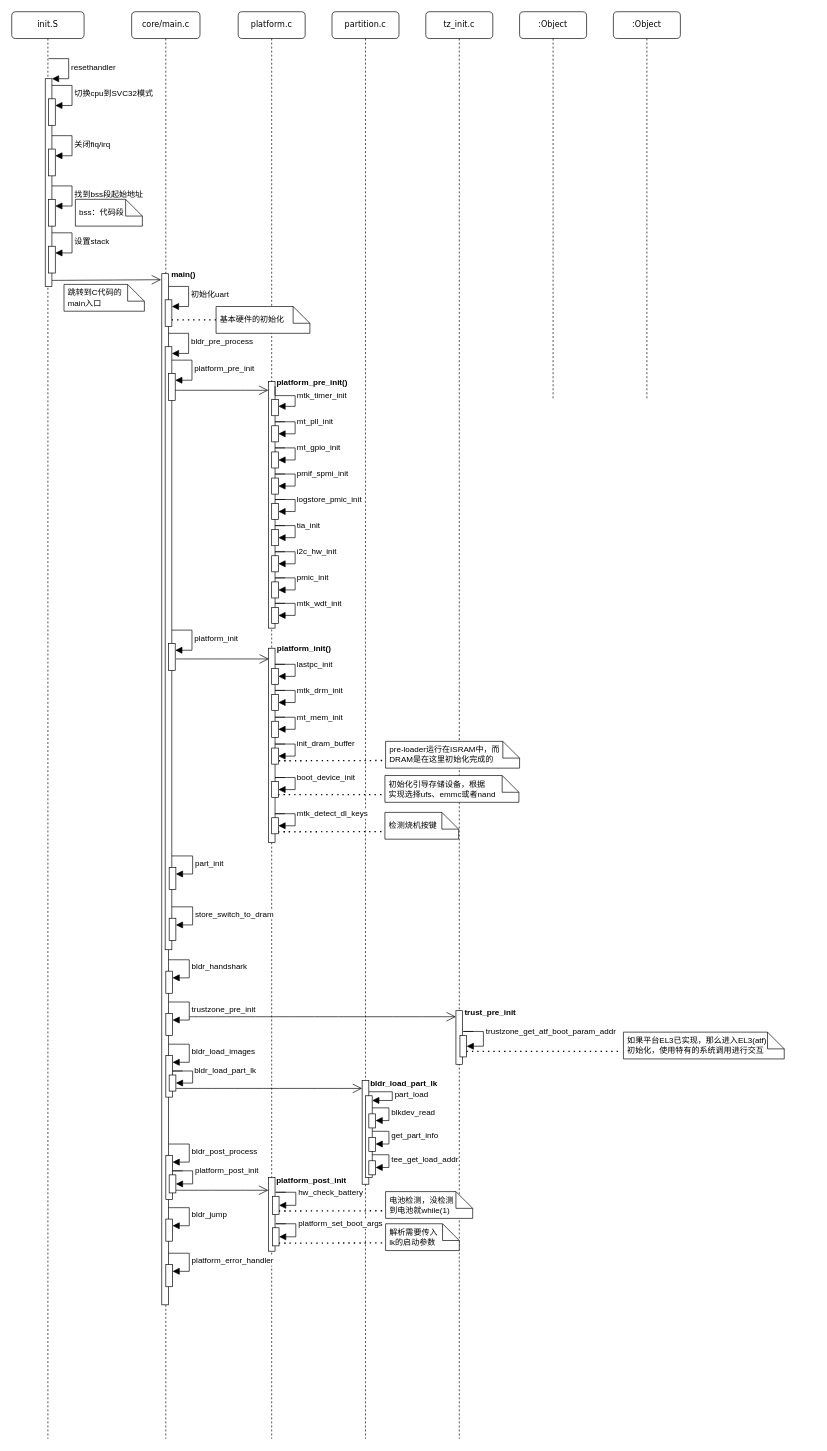
This is f2fs写流程.drawio from lz111676/Drawing-Bed, a draw.io file, before an edit. Source tidied: cells renumbered, new cells numbered last; positions are measured from the earlier drawing's top-left corner, leaving out a move shared by most shapes. Both pictures are drawn from the tidied source at 67%, with x=0, y=0 at pixel (11, 11).
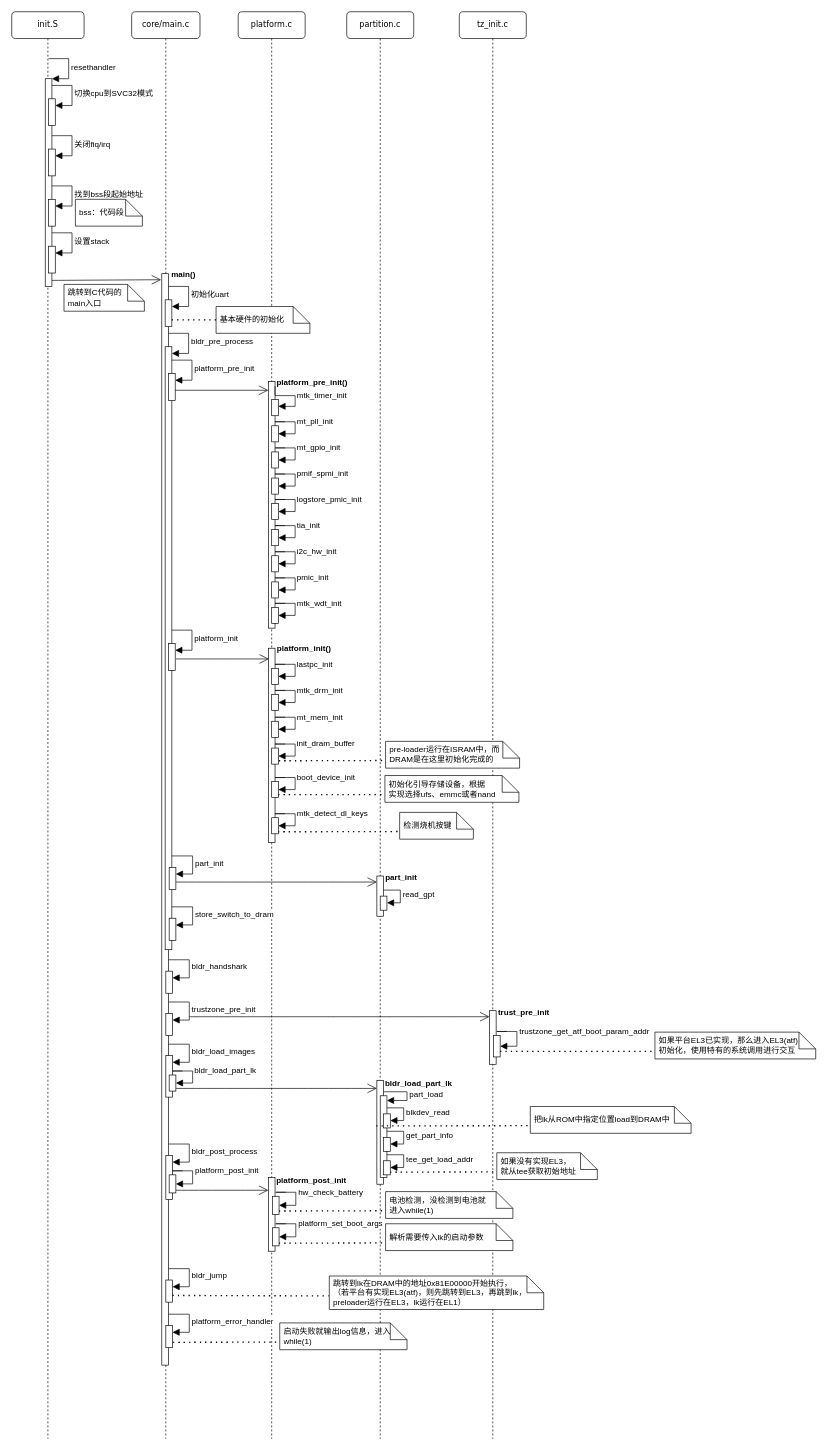
The same page after the edit.

Commit message (it also covers changes not shown here):
更新f2fs写流程.drawio

Unchanged cells that the change refers to:
```xml
<mxCell id="2" value="core/main.c" style="shape=umlLifeline;perimeter=lifelinePerimeter;whiteSpace=wrap;html=1;rounded=1;shadow=0;comic=0;labelBackgroundColor=none;strokeWidth=1;fontFamily=Verdana;fontSize=12;align=center;" parent="1" vertex="1">
  <mxGeometry x="179" width="102" height="2130" as="geometry" />
</mxCell>
<mxCell id="24" style="html=1;points=[[0,0,0,0,5],[0,1,0,0,-5],[1,0,0,0,5],[1,1,0,0,-5]];perimeter=orthogonalPerimeter;outlineConnect=0;targetShapes=umlLifeline;portConstraint=eastwest;newEdgeStyle={&quot;curved&quot;:0,&quot;rounded&quot;:0};" parent="23" vertex="1">
  <mxGeometry x="45" y="1595" width="10" height="155" as="geometry" />
</mxCell>
```

Change to the diagram source:
```diff
@@
     <mxCell id="3" style="html=1;perimeter=orthogonalPerimeter;rounded=0;shadow=0;comic=0;labelBackgroundColor=none;strokeWidth=1;fontFamily=Verdana;fontSize=12;align=center;" parent="2" vertex="1">
-      <mxGeometry x="45" y="391" width="10" height="1539" as="geometry" />
+      <mxGeometry x="45" y="391" width="10" height="1629" as="geometry" />
     </mxCell>
@@
+    <mxCell id="134" style="endArrow=open;endFill=1;endSize=12;html=1;rounded=0;fontSize=12;curved=1;" parent="2" edge="1" target="135">
+      <mxGeometry relative="1" as="geometry">
+        <mxPoint x="66" y="1299" as="sourcePoint" />
+      </mxGeometry>
+    </mxCell>
@@
     <mxCell id="23" value="partition.c" style="shape=umlLifeline;perimeter=lifelinePerimeter;whiteSpace=wrap;html=1;rounded=1;shadow=0;comic=0;labelBackgroundColor=none;strokeWidth=1;fontFamily=Verdana;fontSize=12;align=center;" parent="1" vertex="1">
-      <mxGeometry x="478" width="100" height="2130" as="geometry" />
+      <mxGeometry x="500" width="100" height="2130" as="geometry" />
     </mxCell>
@@
+    <mxCell id="135" style="html=1;points=[[0,0,0,0,5],[0,1,0,0,-5],[1,0,0,0,5],[1,1,0,0,-5]];perimeter=orthogonalPerimeter;outlineConnect=0;targetShapes=umlLifeline;portConstraint=eastwest;newEdgeStyle={&quot;curved&quot;:0,&quot;rounded&quot;:0};" parent="23" vertex="1">
+      <mxGeometry x="45" y="1290" width="10" height="60" as="geometry" />
+    </mxCell>
     <mxCell id="25" value="tz_init.c" style="shape=umlLifeline;perimeter=lifelinePerimeter;whiteSpace=wrap;html=1;rounded=1;shadow=0;comic=0;labelBackgroundColor=none;strokeWidth=1;fontFamily=Verdana;fontSize=12;align=center;" parent="1" vertex="1">
-      <mxGeometry x="618" width="100" height="2130" as="geometry" />
+      <mxGeometry x="668" width="100" height="2130" as="geometry" />
     </mxCell>
@@
-    <mxCell id="27" value=":Object" style="shape=umlLifeline;perimeter=lifelinePerimeter;whiteSpace=wrap;html=1;rounded=1;shadow=0;comic=0;labelBackgroundColor=none;strokeWidth=1;fontFamily=Verdana;fontSize=12;align=center;" parent="1" vertex="1">
-      <mxGeometry x="758" width="100" height="580" as="geometry" />
-    </mxCell>
-    <mxCell id="28" value=":Object" style="shape=umlLifeline;perimeter=lifelinePerimeter;whiteSpace=wrap;html=1;rounded=1;shadow=0;comic=0;labelBackgroundColor=none;strokeWidth=1;fontFamily=Verdana;fontSize=12;align=center;" parent="1" vertex="1">
-      <mxGeometry x="898" width="100" height="580" as="geometry" />
-    </mxCell>
@@
     <mxCell id="86" style="shape=note2;size=25;html=1;" parent="1" vertex="1">
-      <mxGeometry x="557" y="1195" width="110" height="40" as="geometry" />
+      <mxGeometry x="579" y="1195" width="110" height="40" as="geometry" />
     </mxCell>
@@
     <mxCell id="100" style="html=1;points=[[0,0,0,0,5],[0,1,0,0,-5],[1,0,0,0,5],[1,1,0,0,-5]];perimeter=orthogonalPerimeter;outlineConnect=0;targetShapes=umlLifeline;portConstraint=eastwest;newEdgeStyle={&quot;curved&quot;:0,&quot;rounded&quot;:0};" parent="1" vertex="1">
-      <mxGeometry x="230" y="1802" width="10" height="33" as="geometry" />
+      <mxGeometry x="230" y="1893" width="10" height="33" as="geometry" />
     </mxCell>
     <mxCell id="101" value="bldr_jump" style="html=1;align=left;spacingLeft=2;endArrow=block;rounded=0;edgeStyle=orthogonalEdgeStyle;curved=0;rounded=0;fontSize=12;startSize=8;endSize=8;" parent="1" edge="1" target="100">
       <mxGeometry relative="1" as="geometry">
-        <mxPoint x="234" y="1785" as="sourcePoint" />
+        <mxPoint x="234" y="1876" as="sourcePoint" />
         <Array as="points">
-          <mxPoint x="265" y="1812" />
+          <mxPoint x="265" y="1903" />
         </Array>
       </mxGeometry>
     </mxCell>
     <mxCell id="102" style="html=1;points=[[0,0,0,0,5],[0,1,0,0,-5],[1,0,0,0,5],[1,1,0,0,-5]];perimeter=orthogonalPerimeter;outlineConnect=0;targetShapes=umlLifeline;portConstraint=eastwest;newEdgeStyle={&quot;curved&quot;:0,&quot;rounded&quot;:0};" parent="1" vertex="1">
-      <mxGeometry x="230" y="1870" width="10" height="33" as="geometry" />
+      <mxGeometry x="230" y="1961" width="10" height="33" as="geometry" />
     </mxCell>
     <mxCell id="103" value="platform_error_handler" style="html=1;align=left;spacingLeft=2;endArrow=block;rounded=0;edgeStyle=orthogonalEdgeStyle;curved=0;rounded=0;fontSize=12;startSize=8;endSize=8;" parent="1" edge="1" target="102">
       <mxGeometry relative="1" as="geometry">
-        <mxPoint x="234" y="1853" as="sourcePoint" />
+        <mxPoint x="234" y="1944" as="sourcePoint" />
         <Array as="points">
-          <mxPoint x="265" y="1880" />
+          <mxPoint x="265" y="1971" />
         </Array>
       </mxGeometry>
     </mxCell>
@@
     <mxCell id="114" style="shape=note2;size=25;html=1;" parent="1" vertex="1">
-      <mxGeometry x="558" y="1809" width="110" height="40" as="geometry" />
+      <mxGeometry x="558" y="1809" width="190" height="40" as="geometry" />
     </mxCell>
-    <mxCell id="115" value="解析需要传入&lt;div&gt;lk的启动参数&lt;/div&gt;" style="text;html=1;strokeColor=none;fillColor=none;align=left;verticalAlign=middle;spacingLeft=4;spacingRight=4;overflow=hidden;points=[[0,0.5],[1,0.5]];portConstraint=eastwest;whiteSpace=wrap;" parent="114" vertex="1">
-      <mxGeometry width="110" height="40" as="geometry" />
+    <mxCell id="115" value="解析需要传入&lt;span style=&quot;background-color: initial;&quot;&gt;lk的启动参数&lt;/span&gt;" style="text;html=1;strokeColor=none;fillColor=none;align=left;verticalAlign=middle;spacingLeft=4;spacingRight=4;overflow=hidden;points=[[0,0.5],[1,0.5]];portConstraint=eastwest;whiteSpace=wrap;" parent="114" vertex="1">
+      <mxGeometry width="190" height="40" as="geometry" />
     </mxCell>
@@
     <mxCell id="117" style="shape=note2;size=25;html=1;" parent="1" vertex="1">
-      <mxGeometry x="558" y="1761" width="130" height="40" as="geometry" />
+      <mxGeometry x="558" y="1761" width="190" height="40" as="geometry" />
     </mxCell>
-    <mxCell id="118" value="电池检测，没检测&lt;div&gt;到电池就while(1)&lt;/div&gt;" style="text;html=1;strokeColor=none;fillColor=none;align=left;verticalAlign=middle;spacingLeft=4;spacingRight=4;overflow=hidden;points=[[0,0.5],[1,0.5]];portConstraint=eastwest;whiteSpace=wrap;" parent="117" vertex="1">
-      <mxGeometry width="130" height="40" as="geometry" />
+    <mxCell id="118" value="电池检测，没检测&lt;span style=&quot;background-color: initial;&quot;&gt;到电池就&lt;/span&gt;&lt;div&gt;&lt;span style=&quot;background-color: initial;&quot;&gt;进入while(1)&lt;/span&gt;&lt;/div&gt;" style="text;html=1;strokeColor=none;fillColor=none;align=left;verticalAlign=middle;spacingLeft=4;spacingRight=4;overflow=hidden;points=[[0,0.5],[1,0.5]];portConstraint=eastwest;whiteSpace=wrap;" parent="117" vertex="1">
+      <mxGeometry width="190" height="40" as="geometry" />
     </mxCell>
     <mxCell id="119" value="trust_pre_init" style="text;align=center;fontStyle=1;verticalAlign=middle;spacingLeft=3;spacingRight=3;strokeColor=none;html=1;" parent="1" vertex="1">
-      <mxGeometry x="674" y="1481" width="80" height="26" as="geometry" />
+      <mxGeometry x="724" y="1481" width="80" height="26" as="geometry" />
     </mxCell>
     <mxCell id="120" style="html=1;points=[[0,0,0,0,5],[0,1,0,0,-5],[1,0,0,0,5],[1,1,0,0,-5]];perimeter=orthogonalPerimeter;outlineConnect=0;targetShapes=umlLifeline;portConstraint=eastwest;newEdgeStyle={&quot;curved&quot;:0,&quot;rounded&quot;:0};" parent="1" vertex="1">
-      <mxGeometry x="669" y="1528" width="10" height="32" as="geometry" />
+      <mxGeometry x="719" y="1528" width="10" height="32" as="geometry" />
     </mxCell>
     <mxCell id="121" value="trustzone_get_atf_boot_param_addr" style="html=1;align=left;spacingLeft=2;endArrow=block;rounded=0;edgeStyle=orthogonalEdgeStyle;curved=0;rounded=0;fontSize=12;startSize=8;endSize=8;" parent="1" edge="1" target="120">
       <mxGeometry relative="1" as="geometry">
-        <mxPoint x="689" y="1522" as="sourcePoint" />
+        <mxPoint x="739" y="1522" as="sourcePoint" />
         <Array as="points">
-          <mxPoint x="674" y="1522" />
-          <mxPoint x="704" y="1522" />
-          <mxPoint x="704" y="1538" />
+          <mxPoint x="724" y="1522" />
+          <mxPoint x="754" y="1522" />
+          <mxPoint x="754" y="1538" />
         </Array>
       </mxGeometry>
     </mxCell>
     <mxCell id="122" style="shape=note2;size=25;html=1;" parent="1" vertex="1">
-      <mxGeometry x="913" y="1523" width="240" height="40" as="geometry" />
+      <mxGeometry x="960" y="1523" width="240" height="40" as="geometry" />
     </mxCell>
@@
     <mxCell id="125" style="html=1;points=[[0,0,0,0,5],[0,1,0,0,-5],[1,0,0,0,5],[1,1,0,0,-5]];perimeter=orthogonalPerimeter;outlineConnect=0;targetShapes=umlLifeline;portConstraint=eastwest;newEdgeStyle={&quot;curved&quot;:0,&quot;rounded&quot;:0};" parent="1" vertex="1">
-      <mxGeometry x="528" y="1618" width="10" height="122" as="geometry" />
+      <mxGeometry x="550" y="1618" width="10" height="122" as="geometry" />
     </mxCell>
     <mxCell id="126" value="part_load" style="html=1;align=left;spacingLeft=2;endArrow=block;rounded=0;edgeStyle=orthogonalEdgeStyle;curved=0;rounded=0;fontSize=12;startSize=8;endSize=8;" parent="1" edge="1" source="24" target="125">
       <mxGeometry relative="1" as="geometry">
         <Array as="points">
-          <mxPoint x="568" y="1612" />
-          <mxPoint x="568" y="1625" />
+          <mxPoint x="590" y="1612" />
+          <mxPoint x="590" y="1625" />
         </Array>
       </mxGeometry>
     </mxCell>
     <mxCell id="127" style="html=1;points=[[0,0,0,0,5],[0,1,0,0,-5],[1,0,0,0,5],[1,1,0,0,-5]];perimeter=orthogonalPerimeter;outlineConnect=0;targetShapes=umlLifeline;portConstraint=eastwest;newEdgeStyle={&quot;curved&quot;:0,&quot;rounded&quot;:0};" parent="1" vertex="1">
-      <mxGeometry x="533" y="1645" width="10" height="21" as="geometry" />
+      <mxGeometry x="555" y="1645" width="10" height="21" as="geometry" />
     </mxCell>
     <mxCell id="128" value="blkdev_read" style="html=1;align=left;spacingLeft=2;endArrow=block;rounded=0;edgeStyle=orthogonalEdgeStyle;curved=0;rounded=0;fontSize=12;startSize=8;endSize=8;" parent="1" edge="1" target="127">
       <mxGeometry relative="1" as="geometry">
-        <mxPoint x="538" y="1636" as="sourcePoint" />
+        <mxPoint x="560" y="1636" as="sourcePoint" />
         <Array as="points">
-          <mxPoint x="563" y="1636" />
-          <mxPoint x="563" y="1655" />
+          <mxPoint x="585" y="1636" />
+          <mxPoint x="585" y="1655" />
         </Array>
       </mxGeometry>
     </mxCell>
     <mxCell id="129" style="html=1;points=[[0,0,0,0,5],[0,1,0,0,-5],[1,0,0,0,5],[1,1,0,0,-5]];perimeter=orthogonalPerimeter;outlineConnect=0;targetShapes=umlLifeline;portConstraint=eastwest;newEdgeStyle={&quot;curved&quot;:0,&quot;rounded&quot;:0};" parent="1" vertex="1">
-      <mxGeometry x="533" y="1680" width="10" height="21" as="geometry" />
+      <mxGeometry x="555" y="1680" width="10" height="21" as="geometry" />
     </mxCell>
     <mxCell id="130" value="get_part_info" style="html=1;align=left;spacingLeft=2;endArrow=block;rounded=0;edgeStyle=orthogonalEdgeStyle;curved=0;rounded=0;fontSize=12;startSize=8;endSize=8;" parent="1" edge="1" target="129">
       <mxGeometry x="-0.01" relative="1" as="geometry">
-        <mxPoint x="538" y="1671" as="sourcePoint" />
+        <mxPoint x="560" y="1671" as="sourcePoint" />
         <Array as="points">
-          <mxPoint x="563" y="1671" />
-          <mxPoint x="563" y="1690" />
+          <mxPoint x="585" y="1671" />
+          <mxPoint x="585" y="1690" />
         </Array>
       </mxGeometry>
     </mxCell>
     <mxCell id="131" style="html=1;points=[[0,0,0,0,5],[0,1,0,0,-5],[1,0,0,0,5],[1,1,0,0,-5]];perimeter=orthogonalPerimeter;outlineConnect=0;targetShapes=umlLifeline;portConstraint=eastwest;newEdgeStyle={&quot;curved&quot;:0,&quot;rounded&quot;:0};" parent="1" vertex="1">
-      <mxGeometry x="533" y="1715" width="10" height="21" as="geometry" />
+      <mxGeometry x="555" y="1715" width="10" height="21" as="geometry" />
     </mxCell>
     <mxCell id="132" value="tee_get_load_addr" style="html=1;align=left;spacingLeft=2;endArrow=block;rounded=0;edgeStyle=orthogonalEdgeStyle;curved=0;rounded=0;fontSize=12;startSize=8;endSize=8;" parent="1" edge="1" target="131">
       <mxGeometry x="-0.01" relative="1" as="geometry">
-        <mxPoint x="538" y="1706" as="sourcePoint" />
+        <mxPoint x="560" y="1706" as="sourcePoint" />
         <Array as="points">
-          <mxPoint x="563" y="1706" />
-          <mxPoint x="563" y="1725" />
+          <mxPoint x="585" y="1706" />
+          <mxPoint x="585" y="1725" />
         </Array>
       </mxGeometry>
     </mxCell>
     <mxCell id="133" value="bldr_load_part_lk" style="text;align=center;fontStyle=1;verticalAlign=middle;spacingLeft=3;spacingRight=3;strokeColor=none;html=1;" parent="1" vertex="1">
-      <mxGeometry x="545" y="1587" width="80" height="26" as="geometry" />
+      <mxGeometry x="567" y="1587" width="80" height="26" as="geometry" />
     </mxCell>
+    <mxCell id="136" style="endArrow=none;dashed=1;html=1;dashPattern=1 3;strokeWidth=2;rounded=0;fontSize=12;startSize=8;endSize=8;curved=1;entryX=-0.013;entryY=0.715;entryDx=0;entryDy=0;entryPerimeter=0;" parent="1" edge="1" target="138">
+      <mxGeometry relative="1" as="geometry">
+        <mxPoint x="565" y="1732" as="sourcePoint" />
+      </mxGeometry>
+    </mxCell>
+    <mxCell id="137" style="shape=note2;size=25;html=1;" parent="1" vertex="1">
+      <mxGeometry x="724" y="1703" width="150" height="40" as="geometry" />
+    </mxCell>
+    <mxCell id="138" value="如果没有实现EL3，&lt;div&gt;就从tee获取初始地址&lt;/div&gt;" style="text;html=1;strokeColor=none;fillColor=none;align=left;verticalAlign=middle;spacingLeft=4;spacingRight=4;overflow=hidden;points=[[0,0.5],[1,0.5]];portConstraint=eastwest;whiteSpace=wrap;" parent="137" vertex="1">
+      <mxGeometry width="150" height="40" as="geometry" />
+    </mxCell>
+    <mxCell id="139" style="shape=note2;size=25;html=1;" parent="1" vertex="1">
+      <mxGeometry x="774" y="1634" width="240" height="40" as="geometry" />
+    </mxCell>
+    <mxCell id="140" value="把lk从ROM中指定位置load到DRAM中" style="text;html=1;strokeColor=none;fillColor=none;align=left;verticalAlign=middle;spacingLeft=4;spacingRight=4;overflow=hidden;points=[[0,0.5],[1,0.5]];portConstraint=eastwest;whiteSpace=wrap;" parent="139" vertex="1">
+      <mxGeometry width="240" height="40" as="geometry" />
+    </mxCell>
+    <mxCell id="141" style="endArrow=none;dashed=1;html=1;dashPattern=1 3;strokeWidth=2;rounded=0;fontSize=12;startSize=8;endSize=8;curved=1;entryX=-0.013;entryY=0.715;entryDx=0;entryDy=0;entryPerimeter=0;" parent="1" edge="1" target="140">
+      <mxGeometry relative="1" as="geometry">
+        <mxPoint x="544" y="1663" as="sourcePoint" />
+      </mxGeometry>
+    </mxCell>
+    <mxCell id="142" style="shape=note2;size=25;html=1;" parent="1" vertex="1">
+      <mxGeometry x="474" y="1887" width="320" height="50" as="geometry" />
+    </mxCell>
+    <mxCell id="143" value="跳转到lk在DRAM中的地址0x81E00000开始执行，&lt;div&gt;（若&lt;span style=&quot;background-color: initial;&quot;&gt;平台有实现EL3(atf)，则先跳转到EL3，再跳到lk，preloader运行在EL3，lk运行在EL1）&lt;/span&gt;&lt;/div&gt;" style="text;html=1;strokeColor=none;fillColor=none;align=left;verticalAlign=middle;spacingLeft=4;spacingRight=4;overflow=hidden;points=[[0,0.5],[1,0.5]];portConstraint=eastwest;whiteSpace=wrap;" parent="142" vertex="1">
+      <mxGeometry width="320" height="50" as="geometry" />
+    </mxCell>
+    <mxCell id="144" style="endArrow=none;dashed=1;html=1;dashPattern=1 3;strokeWidth=2;rounded=0;fontSize=12;startSize=8;endSize=8;curved=1;entryX=-0.003;entryY=0.594;entryDx=0;entryDy=0;entryPerimeter=0;" parent="1" edge="1" target="143">
+      <mxGeometry relative="1" as="geometry">
+        <mxPoint x="240" y="1916" as="sourcePoint" />
+      </mxGeometry>
+    </mxCell>
+    <mxCell id="145" style="endArrow=none;dashed=1;html=1;dashPattern=1 3;strokeWidth=2;rounded=0;fontSize=12;startSize=8;endSize=8;curved=1;entryX=-0.013;entryY=0.715;entryDx=0;entryDy=0;entryPerimeter=0;" parent="1" edge="1" target="147">
+      <mxGeometry relative="1" as="geometry">
+        <mxPoint x="241" y="1986" as="sourcePoint" />
+      </mxGeometry>
+    </mxCell>
+    <mxCell id="146" style="shape=note2;size=25;html=1;" parent="1" vertex="1">
+      <mxGeometry x="400" y="1957" width="190" height="40" as="geometry" />
+    </mxCell>
+    <mxCell id="147" value="&lt;div&gt;&lt;span style=&quot;background-color: initial;&quot;&gt;启动失败就输出log信息，进入while(1)&lt;/span&gt;&lt;/div&gt;" style="text;html=1;strokeColor=none;fillColor=none;align=left;verticalAlign=middle;spacingLeft=4;spacingRight=4;overflow=hidden;points=[[0,0.5],[1,0.5]];portConstraint=eastwest;whiteSpace=wrap;" parent="146" vertex="1">
+      <mxGeometry width="190" height="40" as="geometry" />
+    </mxCell>
+    <mxCell id="148" style="html=1;points=[[0,0,0,0,5],[0,1,0,0,-5],[1,0,0,0,5],[1,1,0,0,-5]];perimeter=orthogonalPerimeter;outlineConnect=0;targetShapes=umlLifeline;portConstraint=eastwest;newEdgeStyle={&quot;curved&quot;:0,&quot;rounded&quot;:0};" parent="1" vertex="1">
+      <mxGeometry x="550" y="1320" width="10" height="21" as="geometry" />
+    </mxCell>
+    <mxCell id="149" value="read_gpt" style="html=1;align=left;spacingLeft=2;endArrow=block;rounded=0;edgeStyle=orthogonalEdgeStyle;curved=0;rounded=0;fontSize=12;startSize=8;endSize=8;" parent="1" edge="1" target="148">
+      <mxGeometry relative="1" as="geometry">
+        <mxPoint x="555" y="1311" as="sourcePoint" />
+        <Array as="points">
+          <mxPoint x="580" y="1311" />
+          <mxPoint x="580" y="1330" />
+        </Array>
+      </mxGeometry>
+    </mxCell>
+    <mxCell id="150" value="part_init" style="text;align=center;fontStyle=1;verticalAlign=middle;spacingLeft=3;spacingRight=3;strokeColor=none;html=1;" parent="1" vertex="1">
+      <mxGeometry x="541" y="1279" width="80" height="26" as="geometry" />
+    </mxCell>
```
